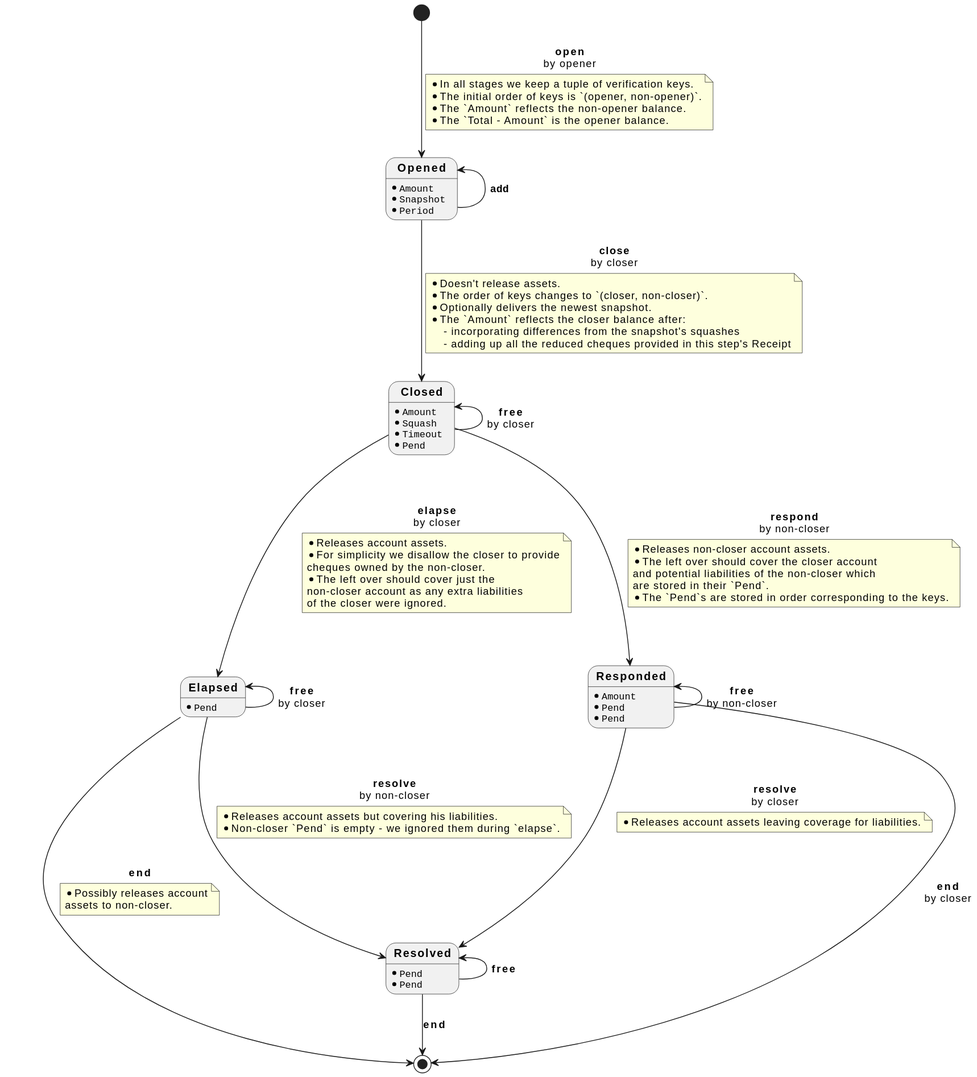
Before: docs/design/l1-spec/stages.svg, a diagram exported from PlantUML (cardano-lightning/cardano-lightning).
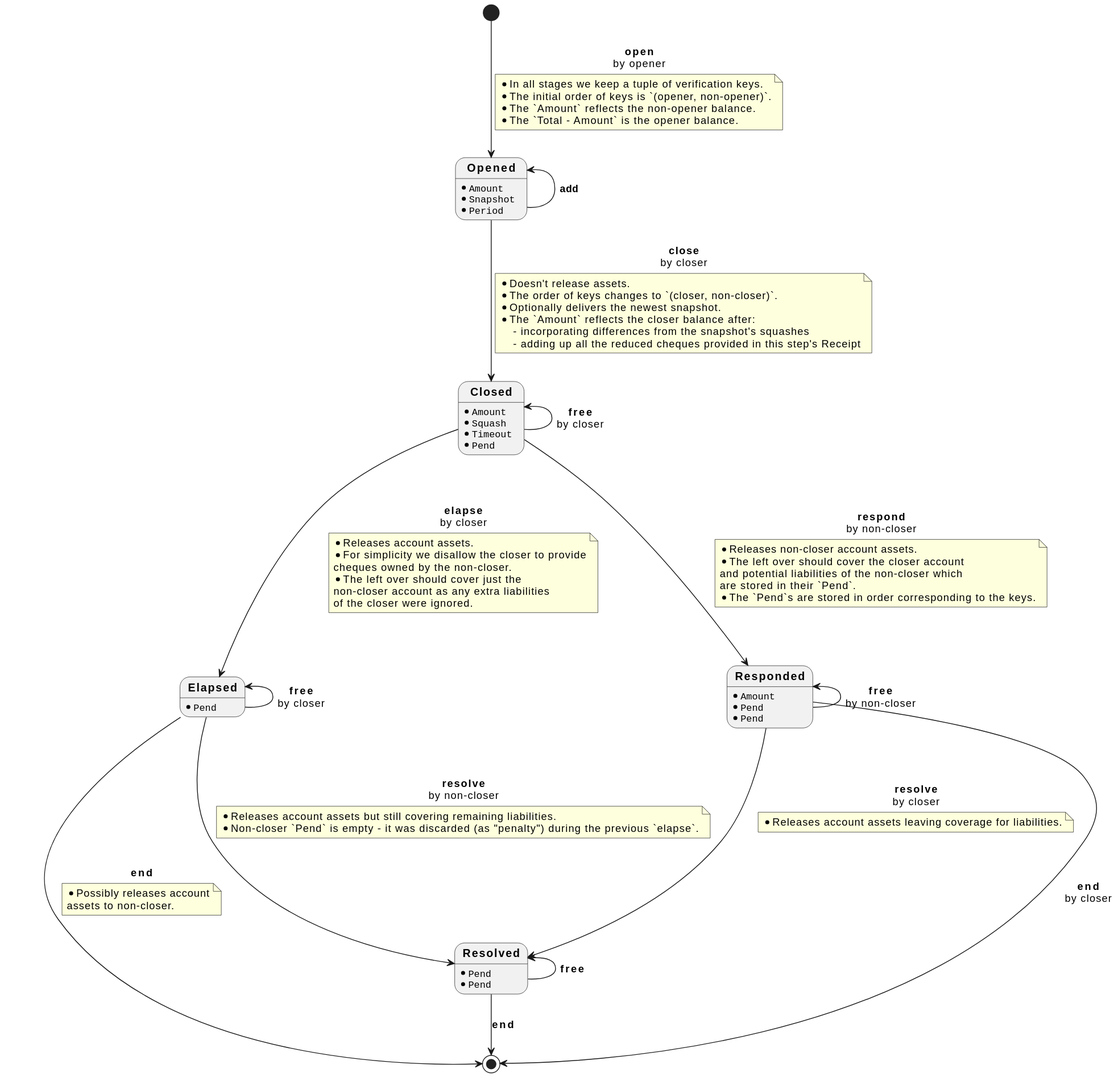
Above is the later version.

Change to the diagram source:
```diff
@@ -69,8 +69,8 @@
 Elapsed --u-> Elapsed : <b>free</b>\nby closer
 Elapsed --d-> Resolved : <b>resolve</b>\nby non-closer
 note on link
-  * Releases account assets but covering his liabilities.
-  * Non-closer `Pend` is empty - we ignored them during `elapse`.
+  * Releases account assets but still covering remaining liabilities.
+  * Non-closer `Pend` is empty - it was discarded (as "penalty") during the previous `elapse`.
 end note
 Elapsed --d-> [*] : <b>end</b>
 note on link
```
